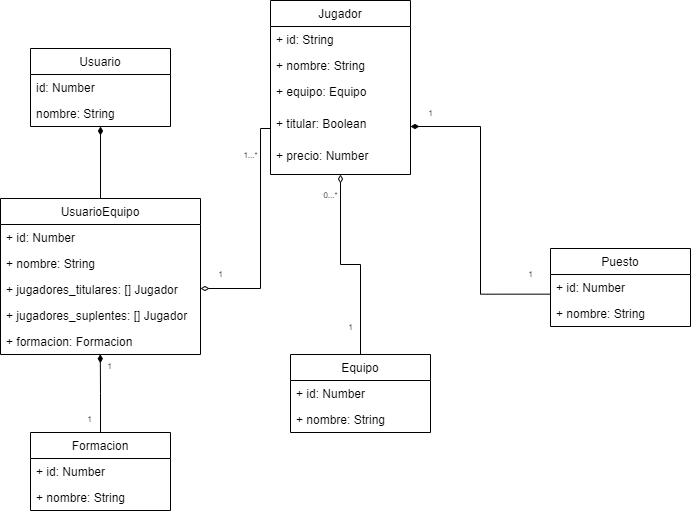
Juni-p/granDT keeps this draw.io diagram as granDT.png. Above is the earlier version. Source tidied: cells renumbered, new cells last; positions are measured from the earlier drawing's top-left corner, leaving out a move shared by most shapes. Source of this version:
```xml
<mxGraphModel>
  <root>
    <mxCell id="0" />
    <mxCell id="1" parent="0" />
    <mxCell id="2" style="edgeStyle=orthogonalEdgeStyle;rounded=0;jettySize=auto;html=1;entryX=0.5;entryY=0;entryDx=0;entryDy=0;endArrow=none;endFill=0;startArrow=diamondThin;startFill=1;" parent="1" edge="1" source="3" target="15">
      <mxGeometry relative="1" as="geometry" />
    </mxCell>
    <mxCell id="3" value="Usuario" style="swimlane;fontStyle=0;horizontal=1;startSize=26;fillColor=none;" parent="1" vertex="1">
      <mxGeometry x="30" y="48" width="140" height="78" as="geometry" />
    </mxCell>
    <mxCell id="4" value="id: Number" style="text;strokeColor=none;fillColor=none;align=left;verticalAlign=top;spacingLeft=4;spacingRight=4;overflow=hidden;" parent="3" vertex="1">
      <mxGeometry y="26" width="140" height="26" as="geometry" />
    </mxCell>
    <mxCell id="5" value="nombre: String" style="text;strokeColor=none;fillColor=none;align=left;verticalAlign=top;spacingLeft=4;spacingRight=4;overflow=hidden;" parent="3" vertex="1">
      <mxGeometry y="52" width="140" height="26" as="geometry" />
    </mxCell>
    <mxCell id="6" style="edgeStyle=orthogonalEdgeStyle;rounded=0;jettySize=auto;html=1;entryX=0.5;entryY=0;entryDx=0;entryDy=0;startArrow=diamondThin;startFill=0;endArrow=none;endFill=0;align=center;horizontal=1;verticalAlign=middle;" parent="1" edge="1" source="9" target="34">
      <mxGeometry relative="1" as="geometry" />
    </mxCell>
    <mxCell id="7" value="&lt;font style=&quot;font-size: 8px;&quot;&gt;1&lt;/font&gt;" style="edgeLabel;html=1;align=center;verticalAlign=middle;fontSize=8;" parent="6" vertex="1">
      <mxGeometry x="0.78" y="-1" relative="1" as="geometry">
        <mxPoint x="-9" y="-6" as="offset" />
      </mxGeometry>
    </mxCell>
    <mxCell id="8" style="edgeStyle=orthogonalEdgeStyle;rounded=0;jettySize=auto;html=1;entryX=1;entryY=0.5;entryDx=0;entryDy=0;fontSize=7;startArrow=none;startFill=0;endArrow=diamondThin;endFill=0;exitX=0;exitY=0.5;exitDx=0;exitDy=0;" parent="1" edge="1" source="13" target="18">
      <mxGeometry relative="1" as="geometry">
        <Array as="points">
          <mxPoint x="270" y="128" />
          <mxPoint x="260" y="128" />
          <mxPoint x="260" y="288" />
          <mxPoint x="200" y="288" />
        </Array>
      </mxGeometry>
    </mxCell>
    <mxCell id="9" value="Jugador" style="swimlane;fontStyle=0;horizontal=1;startSize=26;fillColor=none;" parent="1" vertex="1">
      <mxGeometry x="270" width="140" height="174" as="geometry" />
    </mxCell>
    <mxCell id="10" value="+ id: String    " style="text;strokeColor=none;fillColor=none;align=left;verticalAlign=top;spacingLeft=4;spacingRight=4;overflow=hidden;" parent="9" vertex="1">
      <mxGeometry y="26" width="140" height="26" as="geometry" />
    </mxCell>
    <mxCell id="11" value="+ nombre: String" style="text;strokeColor=none;fillColor=none;align=left;verticalAlign=top;spacingLeft=4;spacingRight=4;overflow=hidden;" parent="9" vertex="1">
      <mxGeometry y="52" width="140" height="26" as="geometry" />
    </mxCell>
    <mxCell id="12" value="+ equipo: Equipo" style="text;strokeColor=none;fillColor=none;align=left;verticalAlign=top;spacingLeft=4;spacingRight=4;overflow=hidden;points=[[0,0.5],[1,0.5]];portConstraint=eastwest;" parent="9" vertex="1">
      <mxGeometry y="78" width="140" height="32" as="geometry" />
    </mxCell>
    <mxCell id="13" value="+ titular: Boolean" style="text;strokeColor=none;fillColor=none;align=left;verticalAlign=top;spacingLeft=4;spacingRight=4;overflow=hidden;points=[[0,0.5],[1,0.5]];portConstraint=eastwest;" parent="9" vertex="1">
      <mxGeometry y="110" width="140" height="32" as="geometry" />
    </mxCell>
    <mxCell id="14" value="+ precio: Number" style="text;strokeColor=none;fillColor=none;align=left;verticalAlign=top;spacingLeft=4;spacingRight=4;overflow=hidden;" parent="9" vertex="1">
      <mxGeometry y="142" width="140" height="32" as="geometry" />
    </mxCell>
    <mxCell id="15" value="UsuarioEquipo" style="swimlane;fontStyle=0;horizontal=1;startSize=26;fillColor=none;" parent="1" vertex="1">
      <mxGeometry y="198" width="200" height="156" as="geometry" />
    </mxCell>
    <mxCell id="16" value="+ id: Number" style="text;strokeColor=none;fillColor=none;align=left;verticalAlign=top;spacingLeft=4;spacingRight=4;overflow=hidden;" parent="15" vertex="1">
      <mxGeometry y="26" width="200" height="26" as="geometry" />
    </mxCell>
    <mxCell id="17" value="+ nombre: String" style="text;strokeColor=none;fillColor=none;align=left;verticalAlign=top;spacingLeft=4;spacingRight=4;overflow=hidden;" parent="15" vertex="1">
      <mxGeometry y="52" width="200" height="26" as="geometry" />
    </mxCell>
    <mxCell id="18" value="+ jugadores_titulares: [] Jugador" style="text;strokeColor=none;fillColor=none;align=left;verticalAlign=top;spacingLeft=4;spacingRight=4;overflow=hidden;points=[[0,0.5],[1,0.5]];portConstraint=eastwest;" parent="15" vertex="1">
      <mxGeometry y="78" width="200" height="26" as="geometry" />
    </mxCell>
    <mxCell id="19" value="+ jugadores_suplentes: [] Jugador" style="text;strokeColor=none;fillColor=none;align=left;verticalAlign=top;spacingLeft=4;spacingRight=4;overflow=hidden;" parent="15" vertex="1">
      <mxGeometry y="104" width="200" height="26" as="geometry" />
    </mxCell>
    <mxCell id="20" value="+ formacion: Formacion" style="text;strokeColor=none;fillColor=none;align=left;verticalAlign=top;spacingLeft=4;spacingRight=4;overflow=hidden;points=[[0,0.5],[1,0.5]];portConstraint=eastwest;" parent="15" vertex="1">
      <mxGeometry y="130" width="200" height="26" as="geometry" />
    </mxCell>
    <mxCell id="21" value="Puesto" style="swimlane;fontStyle=0;horizontal=1;startSize=26;fillColor=none;" parent="1" vertex="1">
      <mxGeometry x="550" y="248" width="140" height="78" as="geometry" />
    </mxCell>
    <mxCell id="22" value="+ id: Number" style="text;strokeColor=none;fillColor=none;align=left;verticalAlign=top;spacingLeft=4;spacingRight=4;overflow=hidden;points=[[0,0.5],[1,0.5]];portConstraint=eastwest;" parent="21" vertex="1">
      <mxGeometry y="26" width="140" height="26" as="geometry" />
    </mxCell>
    <mxCell id="23" value="+ nombre: String" style="text;strokeColor=none;fillColor=none;align=left;verticalAlign=top;spacingLeft=4;spacingRight=4;overflow=hidden;" parent="21" vertex="1">
      <mxGeometry y="52" width="140" height="26" as="geometry" />
    </mxCell>
    <mxCell id="24" style="edgeStyle=orthogonalEdgeStyle;rounded=0;jettySize=auto;html=1;entryX=0.499;entryY=0.99;entryDx=0;entryDy=0;entryPerimeter=0;startArrow=none;startFill=0;endArrow=diamondThin;endFill=1;" parent="1" edge="1" source="25" target="20">
      <mxGeometry relative="1" as="geometry" />
    </mxCell>
    <mxCell id="25" value="Formacion" style="swimlane;fontStyle=0;horizontal=1;startSize=26;fillColor=none;" parent="1" vertex="1">
      <mxGeometry x="30" y="432" width="140" height="78" as="geometry" />
    </mxCell>
    <mxCell id="26" value="+ id: Number" style="text;strokeColor=none;fillColor=none;align=left;verticalAlign=top;spacingLeft=4;spacingRight=4;overflow=hidden;" parent="25" vertex="1">
      <mxGeometry y="26" width="140" height="26" as="geometry" />
    </mxCell>
    <mxCell id="27" value="+ nombre: String" style="text;strokeColor=none;fillColor=none;align=left;verticalAlign=top;spacingLeft=4;spacingRight=4;overflow=hidden;" parent="25" vertex="1">
      <mxGeometry y="52" width="140" height="26" as="geometry" />
    </mxCell>
    <mxCell id="28" value="&lt;font style=&quot;font-size: 8px;&quot;&gt;0...*&lt;/font&gt;" style="edgeLabel;html=1;align=center;verticalAlign=middle;fontSize=8;" parent="1" vertex="1">
      <mxGeometry x="380" y="208" as="geometry">
        <mxPoint x="-50" y="-13" as="offset" />
      </mxGeometry>
    </mxCell>
    <mxCell id="29" style="edgeStyle=orthogonalEdgeStyle;rounded=0;jettySize=auto;html=1;exitX=1;exitY=0.5;exitDx=0;exitDy=0;entryX=-0.004;entryY=0.756;entryDx=0;entryDy=0;entryPerimeter=0;startArrow=diamondThin;startFill=1;endArrow=none;endFill=0;" parent="1" edge="1" source="13" target="22">
      <mxGeometry relative="1" as="geometry" />
    </mxCell>
    <mxCell id="30" value="&lt;font style=&quot;font-size: 8px;&quot;&gt;1&lt;/font&gt;" style="edgeLabel;html=1;align=center;verticalAlign=middle;fontSize=8;" parent="1" vertex="1">
      <mxGeometry x="480" y="126" as="geometry">
        <mxPoint x="-50" y="-13" as="offset" />
      </mxGeometry>
    </mxCell>
    <mxCell id="31" value="&lt;font style=&quot;font-size: 8px;&quot;&gt;1&lt;/font&gt;" style="edgeLabel;html=1;align=center;verticalAlign=middle;fontSize=8;" parent="1" vertex="1">
      <mxGeometry x="580" y="287" as="geometry">
        <mxPoint x="-50" y="-13" as="offset" />
      </mxGeometry>
    </mxCell>
    <mxCell id="32" value="&lt;font style=&quot;font-size: 8px;&quot;&gt;1&lt;/font&gt;" style="edgeLabel;html=1;align=center;verticalAlign=middle;fontSize=8;" parent="1" vertex="1">
      <mxGeometry x="270" y="287" as="geometry">
        <mxPoint x="-50" y="-13" as="offset" />
      </mxGeometry>
    </mxCell>
    <mxCell id="33" value="&lt;font style=&quot;font-size: 8px;&quot;&gt;1...*&lt;/font&gt;" style="edgeLabel;html=1;align=center;verticalAlign=middle;fontSize=8;" parent="1" vertex="1">
      <mxGeometry x="300" y="168" as="geometry">
        <mxPoint x="-50" y="-13" as="offset" />
      </mxGeometry>
    </mxCell>
    <mxCell id="34" value="Equipo" style="swimlane;fontStyle=0;horizontal=1;startSize=26;fillColor=none;" parent="1" vertex="1">
      <mxGeometry x="290" y="354" width="140" height="78" as="geometry" />
    </mxCell>
    <mxCell id="35" value="+ id: Number" style="text;strokeColor=none;fillColor=none;align=left;verticalAlign=top;spacingLeft=4;spacingRight=4;overflow=hidden;" parent="34" vertex="1">
      <mxGeometry y="26" width="140" height="26" as="geometry" />
    </mxCell>
    <mxCell id="36" value="+ nombre: String" style="text;strokeColor=none;fillColor=none;align=left;verticalAlign=top;spacingLeft=4;spacingRight=4;overflow=hidden;" parent="34" vertex="1">
      <mxGeometry y="52" width="140" height="26" as="geometry" />
    </mxCell>
    <mxCell id="37" value="&lt;font style=&quot;font-size: 8px;&quot;&gt;1&lt;/font&gt;" style="edgeLabel;html=1;align=center;verticalAlign=middle;fontSize=8;" parent="1" vertex="1">
      <mxGeometry x="180" y="398" as="geometry">
        <mxPoint x="-91" y="21" as="offset" />
      </mxGeometry>
    </mxCell>
    <mxCell id="38" value="&lt;font style=&quot;font-size: 8px;&quot;&gt;1&lt;/font&gt;" style="edgeLabel;html=1;align=center;verticalAlign=middle;fontSize=8;" parent="1" vertex="1">
      <mxGeometry x="370" y="346.1" as="geometry">
        <mxPoint x="-261" y="19" as="offset" />
      </mxGeometry>
    </mxCell>
  </root>
</mxGraphModel>
```
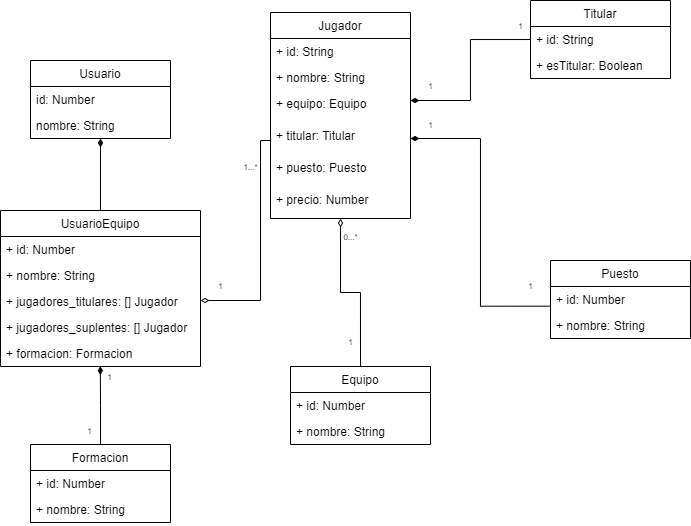
After the change.

Commit message:
agrega entidad titular

The edit, as a diff of the source:
```diff
@@ -33,7 +33,7 @@
       </mxGeometry>
     </mxCell>
     <mxCell id="9" value="Jugador" style="swimlane;fontStyle=0;horizontal=1;startSize=26;fillColor=none;" parent="1" vertex="1">
-      <mxGeometry x="270" width="140" height="174" as="geometry" />
+      <mxGeometry x="270" width="140" height="206" as="geometry" />
     </mxCell>
     <mxCell id="10" value="+ id: String    " style="text;strokeColor=none;fillColor=none;align=left;verticalAlign=top;spacingLeft=4;spacingRight=4;overflow=hidden;" parent="9" vertex="1">
       <mxGeometry y="26" width="140" height="26" as="geometry" />
@@ -44,12 +44,15 @@
     <mxCell id="12" value="+ equipo: Equipo" style="text;strokeColor=none;fillColor=none;align=left;verticalAlign=top;spacingLeft=4;spacingRight=4;overflow=hidden;points=[[0,0.5],[1,0.5]];portConstraint=eastwest;" parent="9" vertex="1">
       <mxGeometry y="78" width="140" height="32" as="geometry" />
     </mxCell>
-    <mxCell id="13" value="+ titular: Boolean" style="text;strokeColor=none;fillColor=none;align=left;verticalAlign=top;spacingLeft=4;spacingRight=4;overflow=hidden;points=[[0,0.5],[1,0.5]];portConstraint=eastwest;" parent="9" vertex="1">
+    <mxCell id="13" value="+ titular: Titular" style="text;strokeColor=none;fillColor=none;align=left;verticalAlign=top;spacingLeft=4;spacingRight=4;overflow=hidden;points=[[0,0.5],[1,0.5]];portConstraint=eastwest;" parent="9" vertex="1">
       <mxGeometry y="110" width="140" height="32" as="geometry" />
     </mxCell>
-    <mxCell id="14" value="+ precio: Number" style="text;strokeColor=none;fillColor=none;align=left;verticalAlign=top;spacingLeft=4;spacingRight=4;overflow=hidden;" parent="9" vertex="1">
+    <mxCell id="14" value="+ puesto: Puesto" style="text;strokeColor=none;fillColor=none;align=left;verticalAlign=top;spacingLeft=4;spacingRight=4;overflow=hidden;" parent="9" vertex="1">
       <mxGeometry y="142" width="140" height="32" as="geometry" />
     </mxCell>
+    <mxCell id="39" value="+ precio: Number" style="text;strokeColor=none;fillColor=none;align=left;verticalAlign=top;spacingLeft=4;spacingRight=4;overflow=hidden;" parent="9" vertex="1">
+      <mxGeometry y="174" width="140" height="32" as="geometry" />
+    </mxCell>
     <mxCell id="15" value="UsuarioEquipo" style="swimlane;fontStyle=0;horizontal=1;startSize=26;fillColor=none;" parent="1" vertex="1">
       <mxGeometry y="198" width="200" height="156" as="geometry" />
     </mxCell>
@@ -90,7 +93,7 @@
       <mxGeometry y="52" width="140" height="26" as="geometry" />
     </mxCell>
     <mxCell id="28" value="&lt;font style=&quot;font-size: 8px;&quot;&gt;0...*&lt;/font&gt;" style="edgeLabel;html=1;align=center;verticalAlign=middle;fontSize=8;" parent="1" vertex="1">
-      <mxGeometry x="380" y="208" as="geometry">
+      <mxGeometry x="400" y="238" as="geometry">
         <mxPoint x="-50" y="-13" as="offset" />
       </mxGeometry>
     </mxCell>
@@ -136,5 +139,27 @@
         <mxPoint x="-261" y="19" as="offset" />
       </mxGeometry>
     </mxCell>
+    <mxCell id="40" value="Titular" style="swimlane;fontStyle=0;horizontal=1;startSize=26;fillColor=none;" parent="1" vertex="1">
+      <mxGeometry x="530" y="-12" width="140" height="78" as="geometry" />
+    </mxCell>
+    <mxCell id="41" value="+ id: String" style="text;strokeColor=none;fillColor=none;align=left;verticalAlign=top;spacingLeft=4;spacingRight=4;overflow=hidden;points=[[0,0.5],[1,0.5]];portConstraint=eastwest;" parent="40" vertex="1">
+      <mxGeometry y="26" width="140" height="26" as="geometry" />
+    </mxCell>
+    <mxCell id="42" value="+ esTitular: Boolean" style="text;strokeColor=none;fillColor=none;align=left;verticalAlign=top;spacingLeft=4;spacingRight=4;overflow=hidden;" parent="40" vertex="1">
+      <mxGeometry y="52" width="140" height="26" as="geometry" />
+    </mxCell>
+    <mxCell id="43" style="edgeStyle=orthogonalEdgeStyle;rounded=0;jettySize=auto;html=1;entryX=1;entryY=0.313;entryDx=0;entryDy=0;entryPerimeter=0;endArrow=diamondThin;endFill=1;" parent="1" edge="1" source="41" target="12">
+      <mxGeometry relative="1" as="geometry" />
+    </mxCell>
+    <mxCell id="44" value="&lt;font style=&quot;font-size: 8px;&quot;&gt;1&lt;/font&gt;" style="edgeLabel;html=1;align=center;verticalAlign=middle;fontSize=8;" parent="1" vertex="1">
+      <mxGeometry x="480" y="87" as="geometry">
+        <mxPoint x="-50" y="-13" as="offset" />
+      </mxGeometry>
+    </mxCell>
+    <mxCell id="45" value="&lt;font style=&quot;font-size: 8px;&quot;&gt;1&lt;/font&gt;" style="edgeLabel;html=1;align=center;verticalAlign=middle;fontSize=8;" parent="1" vertex="1">
+      <mxGeometry x="570" y="27" as="geometry">
+        <mxPoint x="-50" y="-13" as="offset" />
+      </mxGeometry>
+    </mxCell>
   </root>
 </mxGraphModel>
```
